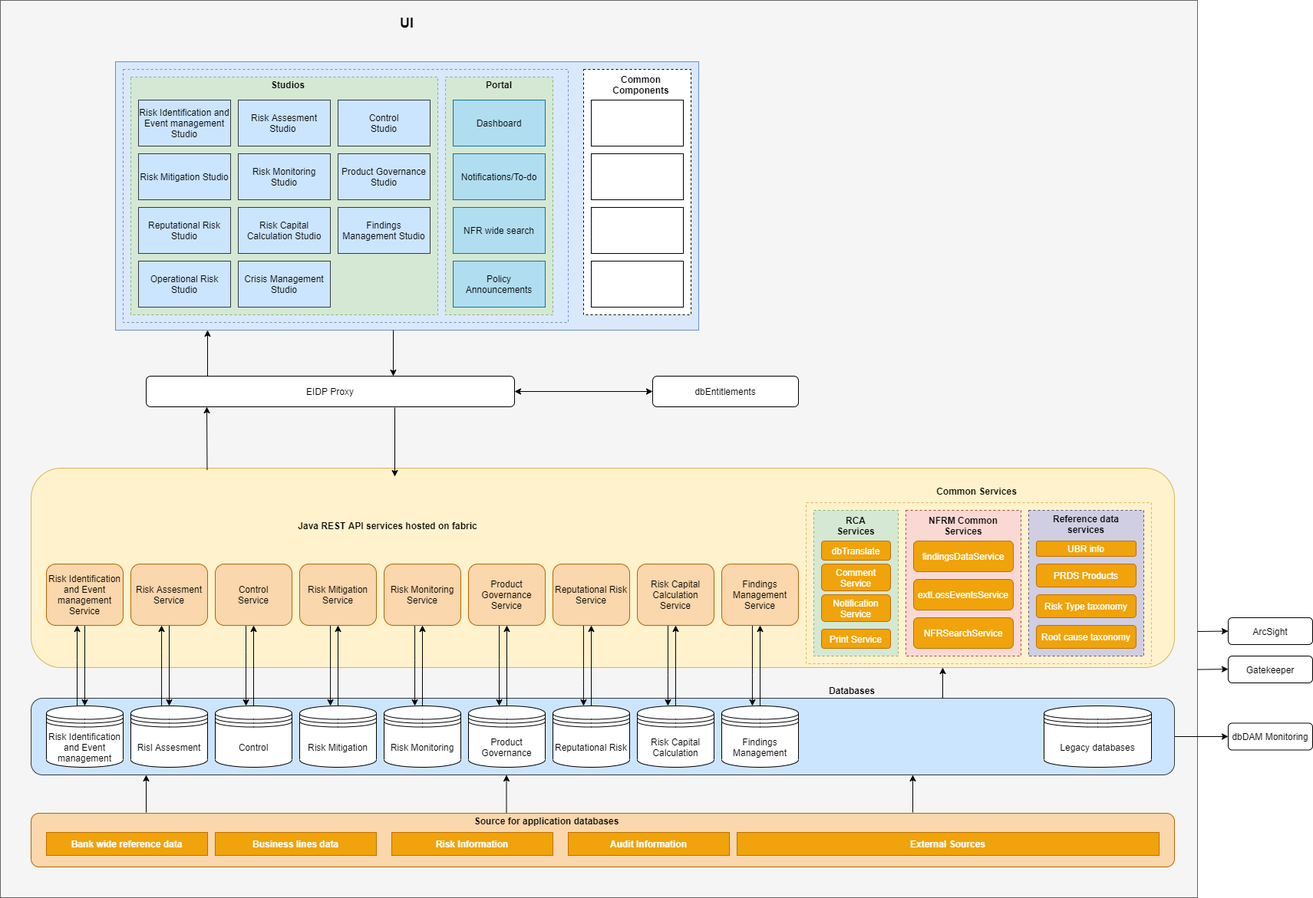
kothawaderupesh/draw.io-diagrams keeps this draw.io diagram as dbfuse/technical architecture.png. Above is the earlier version. Source tidied: cells renumbered, new cells last; positions are measured from the earlier drawing's top-left corner, leaving out a move shared by most shapes.
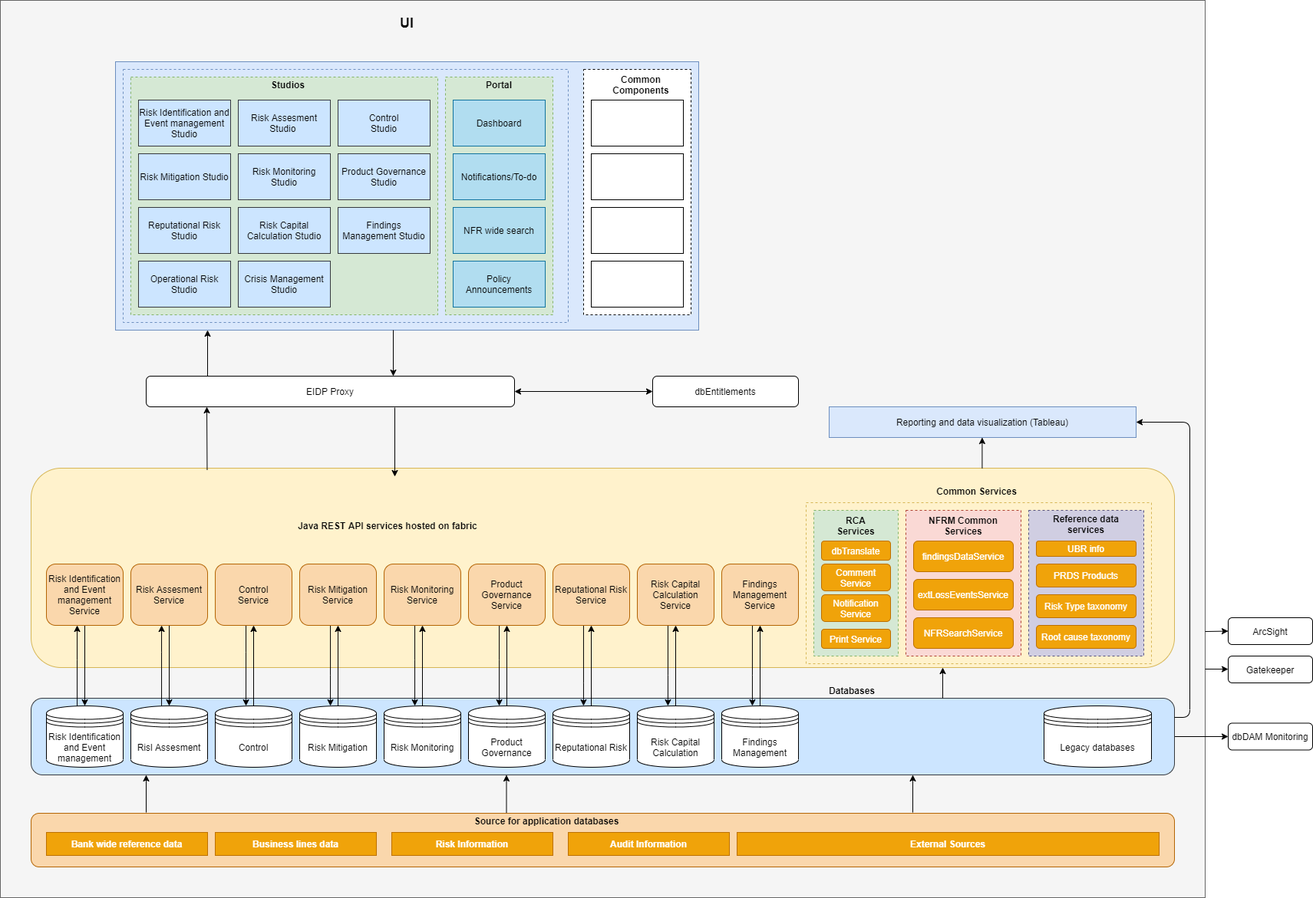
Above is the later version.

The edit, as a diff of the source:
```diff
@@ -3,7 +3,7 @@
     <mxCell id="0" />
     <mxCell id="1" parent="0" />
     <mxCell id="2" style="rounded=0;whiteSpace=wrap;html=1;fillColor=#f5f5f5;strokeColor=#666666;fontColor=#333333;" parent="1" vertex="1">
-      <mxGeometry width="1560" height="1170" as="geometry" />
+      <mxGeometry width="1570" height="1170" as="geometry" />
     </mxCell>
     <mxCell id="3" style="rounded=0;whiteSpace=wrap;html=1;fillColor=#dae8fc;strokeColor=#6c8ebf;" parent="1" vertex="1">
       <mxGeometry x="150" y="80" width="760" height="350" as="geometry" />
@@ -404,17 +404,33 @@
     </mxCell>
     <mxCell id="112" style="endArrow=classic;html=1;entryX=0;entryY=0.5;entryDx=0;entryDy=0;" parent="1" edge="1" target="100">
       <mxGeometry relative="1" as="geometry">
-        <mxPoint x="1560" y="823" as="sourcePoint" />
+        <mxPoint x="1570" y="823" as="sourcePoint" />
       </mxGeometry>
     </mxCell>
     <mxCell id="113" style="endArrow=classic;html=1;entryX=0;entryY=0.5;entryDx=0;entryDy=0;" parent="1" edge="1">
       <mxGeometry relative="1" as="geometry">
-        <mxPoint x="1560" y="872.6" as="sourcePoint" />
+        <mxPoint x="1570" y="872" as="sourcePoint" />
         <mxPoint x="1600" y="872.1" as="targetPoint" />
       </mxGeometry>
     </mxCell>
     <mxCell id="114" value="&lt;b&gt;Databases&lt;/b&gt;" style="text;html=1;strokeColor=none;fillColor=none;align=center;verticalAlign=middle;whiteSpace=wrap;rounded=0;dashed=1;" parent="1" vertex="1">
       <mxGeometry x="1040" y="890" width="140" height="20" as="geometry" />
     </mxCell>
+    <mxCell id="115" value="Reporting and data visualization (Tableau)" style="rounded=0;whiteSpace=wrap;html=1;fillColor=#dae8fc;strokeColor=#6c8ebf;" parent="1" vertex="1">
+      <mxGeometry x="1080" y="530" width="400" height="40" as="geometry" />
+    </mxCell>
+    <mxCell id="116" style="endArrow=classic;html=1;" parent="1" edge="1">
+      <mxGeometry relative="1" as="geometry">
+        <mxPoint x="1279.4" y="610" as="sourcePoint" />
+        <mxPoint x="1279.4" y="570" as="targetPoint" />
+      </mxGeometry>
+    </mxCell>
+    <mxCell id="117" style="edgeStyle=elbowEdgeStyle;elbow=horizontal;endArrow=classic;html=1;entryX=1;entryY=0.5;entryDx=0;entryDy=0;exitX=1;exitY=0.25;exitDx=0;exitDy=0;" parent="1" edge="1" source="15" target="115">
+      <mxGeometry relative="1" as="geometry">
+        <Array as="points">
+          <mxPoint x="1550" y="760" />
+        </Array>
+      </mxGeometry>
+    </mxCell>
   </root>
 </mxGraphModel>
```
